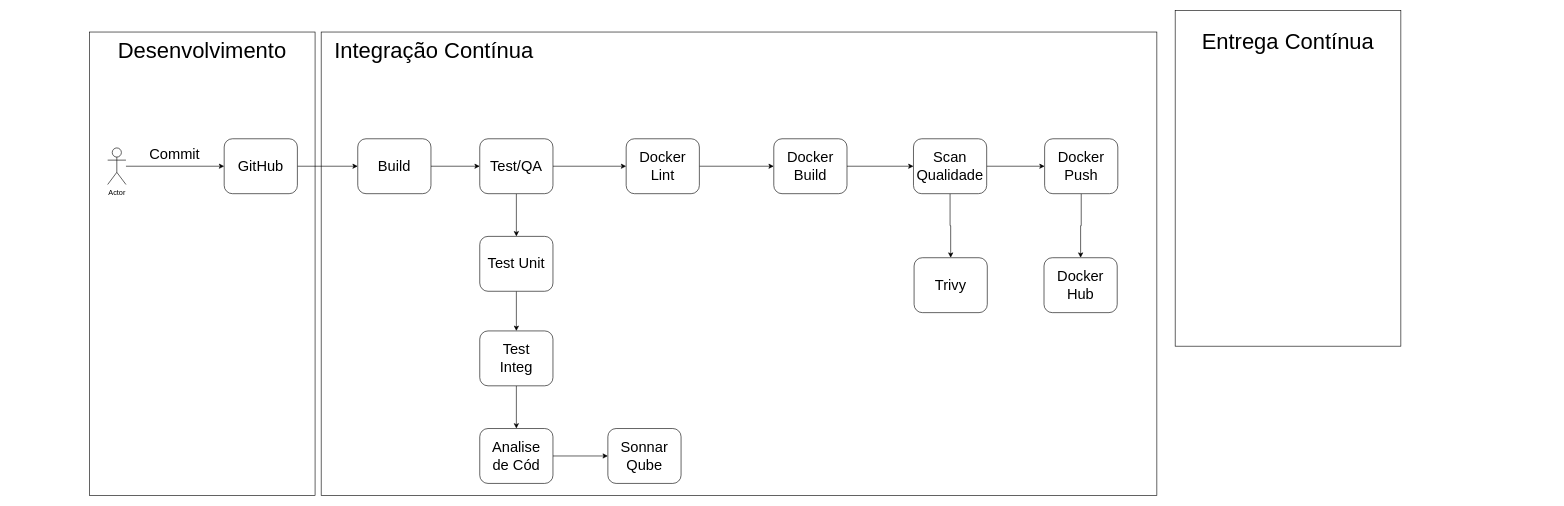
Earlier version of the draw.io diagram Untitled Diagram.drawio (gabrieloliverlima/pipeline-cicd). Source tidied: cells renumbered, new cells numbered last; positions are measured from the earlier drawing's top-left corner, leaving out a move shared by most shapes. Both pictures are drawn from the tidied source at 61%, with x=0, y=0 at pixel (89, 10).
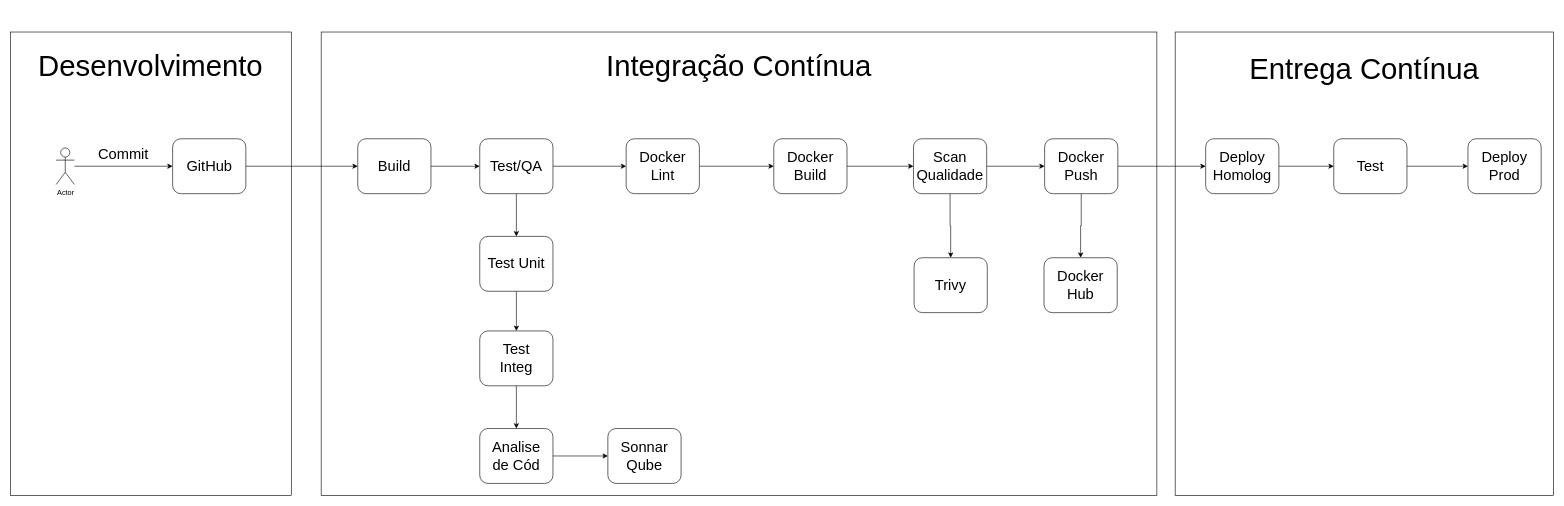
Above is the later version.

Unchanged cells that the change refers to:
```xml
<mxCell id="43" style="rounded=1;whiteSpace=wrap;html=1;" parent="1" vertex="1">
  <mxGeometry x="1566" y="210" width="120" height="90" as="geometry" />
</mxCell>
```

The edit, as a diff of the source:
```diff
@@
     <mxCell id="2" style="rounded=0;whiteSpace=wrap;html=1;" parent="1" vertex="1">
-      <mxGeometry x="1780" width="370" height="550" as="geometry" />
+      <mxGeometry x="1780" y="35" width="620" height="760" as="geometry" />
     </mxCell>
@@
     <mxCell id="4" style="rounded=0;whiteSpace=wrap;html=1;" parent="1" vertex="1">
-      <mxGeometry y="35" width="370" height="760" as="geometry" />
+      <mxGeometry x="-129" y="35" width="460" height="760" as="geometry" />
     </mxCell>
-    <mxCell id="5" value="&lt;font style=&quot;font-size: 36px;&quot;&gt;Desenvolvimento&lt;/font&gt;" style="text;html=1;align=center;verticalAlign=middle;whiteSpace=wrap;rounded=0;" parent="1" vertex="1">
-      <mxGeometry y="35" width="370" height="60" as="geometry" />
+    <mxCell id="5" value="&lt;font style=&quot;font-size: 48px;&quot;&gt;Desenvolvimento&lt;/font&gt;" style="text;html=1;align=center;verticalAlign=middle;whiteSpace=wrap;rounded=0;" parent="1" vertex="1">
+      <mxGeometry x="-129" y="35" width="459" height="110" as="geometry" />
     </mxCell>
-    <mxCell id="6" value="&lt;span style=&quot;font-size: 36px;&quot;&gt;Integração Contínua&lt;/span&gt;" style="text;html=1;align=center;verticalAlign=middle;whiteSpace=wrap;rounded=0;" parent="1" vertex="1">
-      <mxGeometry x="380" y="35" width="370" height="60" as="geometry" />
+    <mxCell id="6" value="&lt;font style=&quot;font-size: 48px;&quot;&gt;Integração Contínua&lt;/font&gt;" style="text;html=1;align=center;verticalAlign=middle;whiteSpace=wrap;rounded=0;" parent="1" vertex="1">
+      <mxGeometry x="380" y="35" width="1370" height="110" as="geometry" />
     </mxCell>
-    <mxCell id="7" value="&lt;span style=&quot;font-size: 36px;&quot;&gt;Entrega Contínua&lt;/span&gt;" style="text;html=1;align=center;verticalAlign=middle;whiteSpace=wrap;rounded=0;" parent="1" vertex="1">
-      <mxGeometry x="1780" y="20" width="370" height="60" as="geometry" />
+    <mxCell id="7" value="&lt;font style=&quot;font-size: 48px;&quot;&gt;Entrega Contínua&lt;/font&gt;" style="text;html=1;align=center;verticalAlign=middle;whiteSpace=wrap;rounded=0;" parent="1" vertex="1">
+      <mxGeometry x="1780" y="35" width="620" height="120" as="geometry" />
     </mxCell>
@@
     <mxCell id="9" value="Actor" style="shape=umlActor;verticalLabelPosition=bottom;verticalAlign=top;html=1;outlineConnect=0;" parent="1" vertex="1">
-      <mxGeometry x="30" y="225" width="30" height="60" as="geometry" />
+      <mxGeometry x="-54.5" y="225" width="30" height="60" as="geometry" />
     </mxCell>
@@
     <mxCell id="11" style="rounded=1;whiteSpace=wrap;html=1;" parent="1" vertex="1">
-      <mxGeometry x="221" y="210" width="120" height="90" as="geometry" />
+      <mxGeometry x="136.5" y="210" width="120" height="90" as="geometry" />
     </mxCell>
     <mxCell id="12" value="&lt;font style=&quot;font-size: 24px;&quot;&gt;Commit&lt;/font&gt;" style="text;html=1;align=center;verticalAlign=middle;whiteSpace=wrap;rounded=0;" parent="1" vertex="1">
-      <mxGeometry x="90" y="215" width="100" height="40" as="geometry" />
+      <mxGeometry x="5.5" y="215" width="100" height="40" as="geometry" />
     </mxCell>
     <mxCell id="13" value="&lt;font style=&quot;font-size: 24px;&quot;&gt;GitHub&lt;/font&gt;" style="text;html=1;align=center;verticalAlign=middle;whiteSpace=wrap;rounded=0;" parent="1" vertex="1">
-      <mxGeometry x="231" y="235" width="100" height="40" as="geometry" />
+      <mxGeometry x="146.5" y="235" width="100" height="40" as="geometry" />
     </mxCell>
@@
+    <mxCell id="49" style="edgeStyle=orthogonalEdgeStyle;rounded=0;jettySize=auto;html=1;exitX=1;exitY=0.5;exitDx=0;exitDy=0;entryX=0;entryY=0.5;entryDx=0;entryDy=0;" parent="1" edge="1" source="43" target="51">
+      <mxGeometry relative="1" as="geometry" />
+    </mxCell>
@@
+    <mxCell id="50" style="edgeStyle=orthogonalEdgeStyle;rounded=0;jettySize=auto;html=1;exitX=1;exitY=0.5;exitDx=0;exitDy=0;entryX=0;entryY=0.5;entryDx=0;entryDy=0;" parent="1" edge="1" source="51" target="54">
+      <mxGeometry relative="1" as="geometry" />
+    </mxCell>
+    <mxCell id="51" style="rounded=1;whiteSpace=wrap;html=1;" parent="1" vertex="1">
+      <mxGeometry x="1830" y="210" width="120" height="90" as="geometry" />
+    </mxCell>
+    <mxCell id="52" value="&lt;font style=&quot;font-size: 24px;&quot;&gt;Deploy Homolog&lt;/font&gt;" style="text;html=1;align=center;verticalAlign=middle;whiteSpace=wrap;rounded=0;" parent="1" vertex="1">
+      <mxGeometry x="1840" y="235" width="100" height="40" as="geometry" />
+    </mxCell>
+    <mxCell id="53" style="edgeStyle=orthogonalEdgeStyle;rounded=0;jettySize=auto;html=1;exitX=1;exitY=0.5;exitDx=0;exitDy=0;entryX=0;entryY=0.5;entryDx=0;entryDy=0;" parent="1" edge="1" source="54" target="56">
+      <mxGeometry relative="1" as="geometry" />
+    </mxCell>
+    <mxCell id="54" style="rounded=1;whiteSpace=wrap;html=1;" parent="1" vertex="1">
+      <mxGeometry x="2040" y="210" width="120" height="90" as="geometry" />
+    </mxCell>
+    <mxCell id="55" value="&lt;font style=&quot;font-size: 24px;&quot;&gt;Test&lt;/font&gt;" style="text;html=1;align=center;verticalAlign=middle;whiteSpace=wrap;rounded=0;" parent="1" vertex="1">
+      <mxGeometry x="2050" y="235" width="100" height="40" as="geometry" />
+    </mxCell>
+    <mxCell id="56" style="rounded=1;whiteSpace=wrap;html=1;" parent="1" vertex="1">
+      <mxGeometry x="2260" y="210" width="120" height="90" as="geometry" />
+    </mxCell>
+    <mxCell id="57" value="&lt;font style=&quot;font-size: 24px;&quot;&gt;Deploy&lt;br&gt;Prod&lt;/font&gt;" style="text;html=1;align=center;verticalAlign=middle;whiteSpace=wrap;rounded=0;" parent="1" vertex="1">
+      <mxGeometry x="2270" y="235" width="100" height="40" as="geometry" />
+    </mxCell>
```
